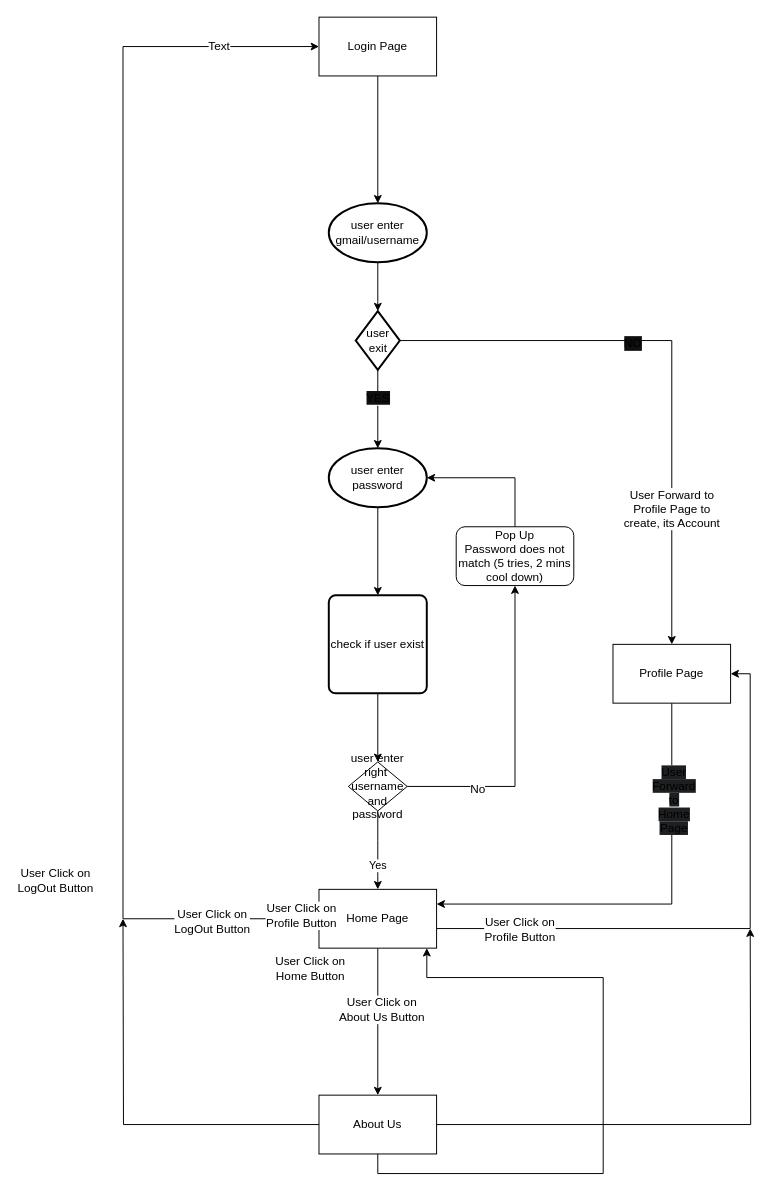
Above: ERD/FlowChart(Webpage).drawio in amritpalsinghap/Online-Data-Managment (draw.io), before the change. Source tidied: cells renumbered, new cells numbered last; positions are measured from the earlier drawing's top-left corner, leaving out a move shared by most shapes. Both pictures are drawn from the tidied source at 98%, with x=0, y=0 at pixel (122, 17).
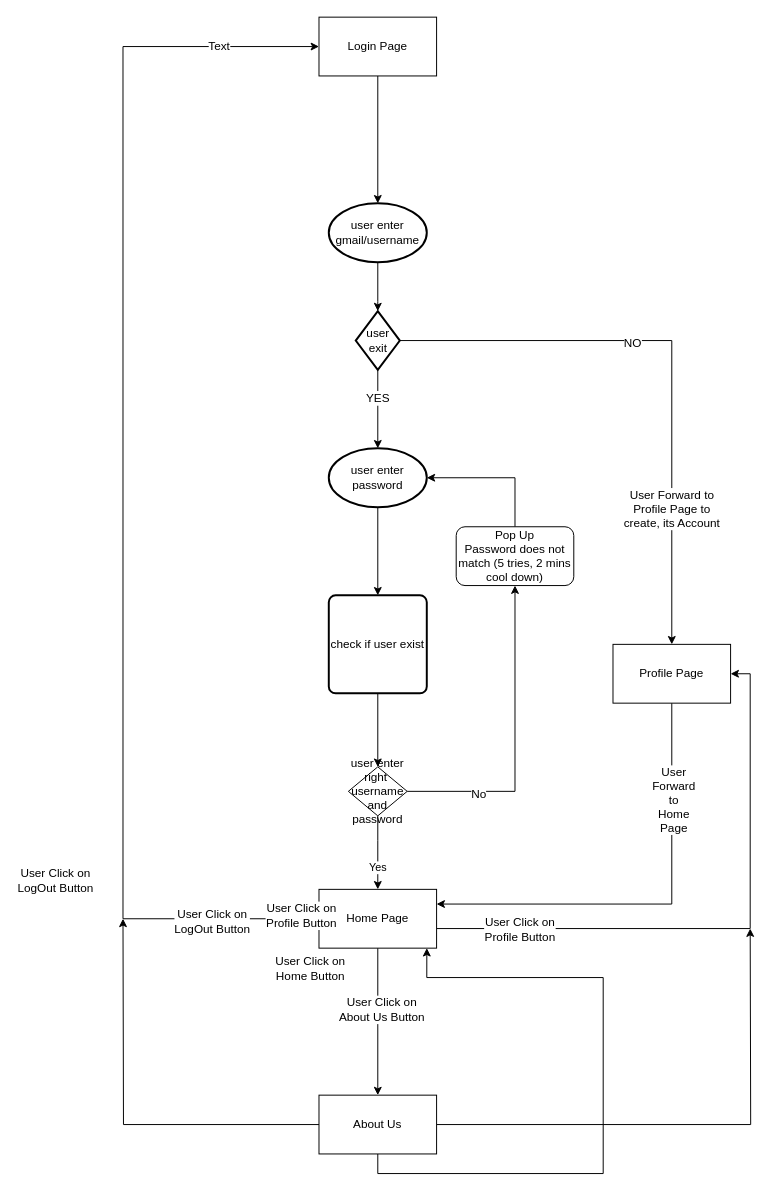
After the change.

Commit message (it also covers changes not shown here):
Update Web Flow

The change refers to these unchanged cells:
```xml
<mxCell id="4" style="edgeStyle=orthogonalEdgeStyle;rounded=0;jettySize=auto;html=1;exitX=0.5;exitY=1;exitDx=0;exitDy=0;exitPerimeter=0;entryX=0.5;entryY=0;entryDx=0;entryDy=0;entryPerimeter=0;" parent="1" edge="1" source="9" target="3">
  <mxGeometry relative="1" as="geometry" />
</mxCell>
<mxCell id="6" style="edgeStyle=orthogonalEdgeStyle;rounded=0;jettySize=auto;html=1;exitX=1;exitY=0.5;exitDx=0;exitDy=0;exitPerimeter=0;entryX=0.5;entryY=0;entryDx=0;entryDy=0;" parent="1" edge="1" source="9" target="32">
  <mxGeometry relative="1" as="geometry">
    <Array as="points">
      <mxPoint x="560" y="330" />
    </Array>
  </mxGeometry>
</mxCell>
<mxCell id="30" style="edgeStyle=orthogonalEdgeStyle;rounded=0;jettySize=auto;html=1;entryX=1;entryY=0.25;entryDx=0;entryDy=0;" parent="1" edge="1" source="32" target="27">
  <mxGeometry relative="1" as="geometry">
    <Array as="points">
      <mxPoint x="560" y="905" />
    </Array>
  </mxGeometry>
</mxCell>
```

What changed in the source:
```diff
@@
-    <mxCell id="5" value="&lt;span style=&quot;background-color: rgb(15 , 15 , 15)&quot;&gt;YES&lt;/span&gt;" style="text;html=1;align=center;verticalAlign=middle;labelBackgroundColor=#ffffff;" parent="4" vertex="1">
+    <mxCell id="5" value="&lt;span style=&quot;&quot;&gt;YES&lt;/span&gt;" style="text;html=1;align=center;verticalAlign=middle;labelBackgroundColor=#FFFFFF;fontColor=#000000;" parent="4" vertex="1">
       <mxGeometry x="-0.3" y="-1" relative="1" as="geometry" />
     </mxCell>
@@
-    <mxCell id="7" value="NO" style="text;html=1;align=center;verticalAlign=middle;labelBackgroundColor=#0F0F0F;" parent="6" vertex="1">
+    <mxCell id="7" value="&lt;font&gt;NO&lt;/font&gt;" style="text;html=1;align=center;verticalAlign=middle;labelBackgroundColor=#FFFFFF;fontColor=#000000;" parent="6" vertex="1">
       <mxGeometry x="-0.18" y="-4" relative="1" as="geometry">
         <mxPoint x="-4" y="-2" as="offset" />
       </mxGeometry>
     </mxCell>
@@
     <mxCell id="17" value="user enter right&amp;nbsp; username and password" style="rhombus;whiteSpace=wrap;html=1;" parent="1" vertex="1">
-      <mxGeometry x="230" y="760" width="60" height="50" as="geometry" />
+      <mxGeometry x="230" y="765" width="60" height="50" as="geometry" />
     </mxCell>
@@
-    <mxCell id="31" value="&lt;span style=&quot;white-space: normal ; background-color: rgb(29 , 31 , 32)&quot;&gt;User Forward to Home Page&lt;/span&gt;" style="text;html=1;align=center;verticalAlign=middle;labelBackgroundColor=#ffffff;" parent="30" vertex="1">
+    <mxCell id="31" value="&lt;span style=&quot;white-space: normal;&quot;&gt;User Forward to Home Page&lt;/span&gt;" style="text;html=1;align=center;verticalAlign=middle;labelBackgroundColor=#FFFFFF;fontColor=#000000;" parent="30" vertex="1">
       <mxGeometry x="-0.56" y="1" relative="1" as="geometry" />
     </mxCell>
```
